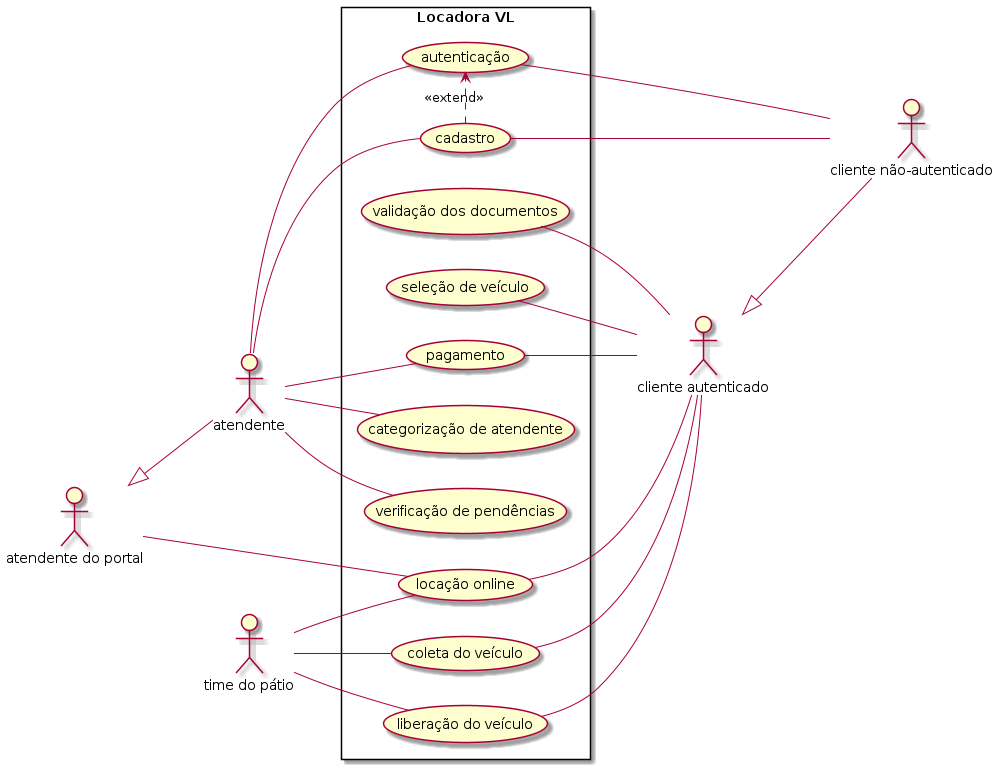
Above: images/caso_de_uso.png in sociedade-do-pastel/vl (PlantUML), before the change.
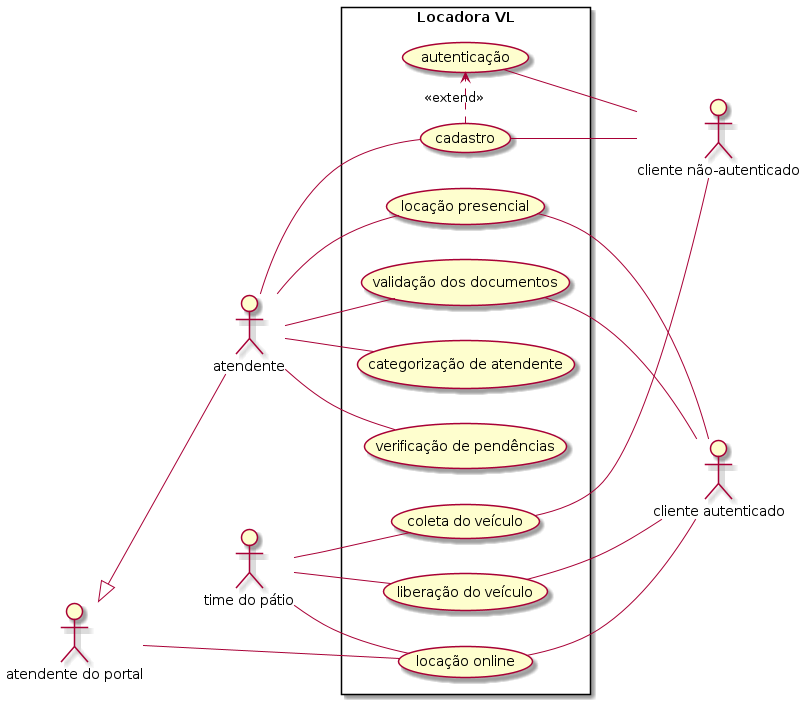
Above is the later version.

Commit message:
Refactor de alguns casos de uso e diagrama

Change to the diagram source:
```diff
@@ -8,26 +8,24 @@
 atPortal <|-- atendente
 :time do pátio: as patime
 :cliente autenticado: as cladastrado
-cladastrado <|-- cliente
 
 rectangle "Locadora VL" {
-    atendente -- (autenticação)
     (autenticação) -- cliente
     atendente -- (cadastro)
     (cadastro) -- cliente
+    atendente -- (validação dos documentos)
     (validação dos documentos) -- cladastrado
-    (seleção de veículo) -- cladastrado
-    (pagamento) -- cladastrado
     (cadastro) .> (autenticação)  : <<extend>>
     atendente -- (categorização de atendente)
     atendente -- (verificação de pendências)
     atPortal -- (locação online)
     (locação online) -- cladastrado
     patime -- (locação online)
-    atendente -- (pagamento)
-    patime -- (coleta do veículo)
-    (coleta do veículo) -- cladastrado
     patime -- (liberação do veículo)
     (liberação do veículo) -- cladastrado
+    patime -- (coleta do veículo)
+    (coleta do veículo) -right- cliente
+    atendente -- (locação presencial)
+    (locação presencial) -- cladastrado
 }
 @enduml
```
